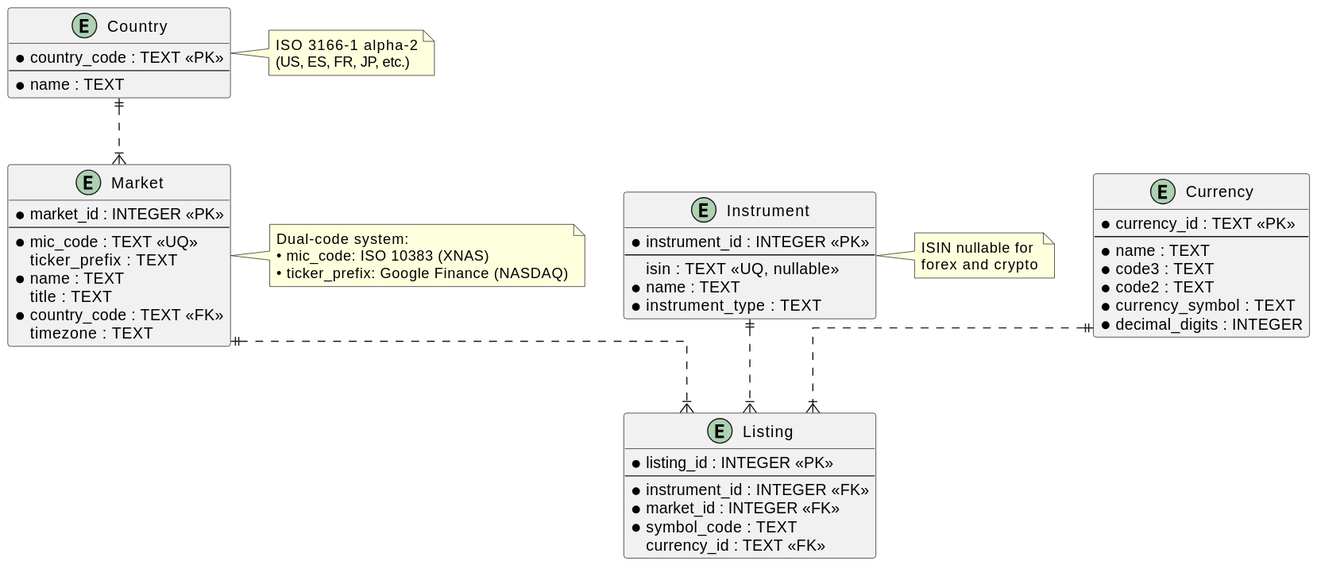
jasset75/symb0l keeps this PlantUML diagram as doc/images/data_model.svg. Above is the earlier version.
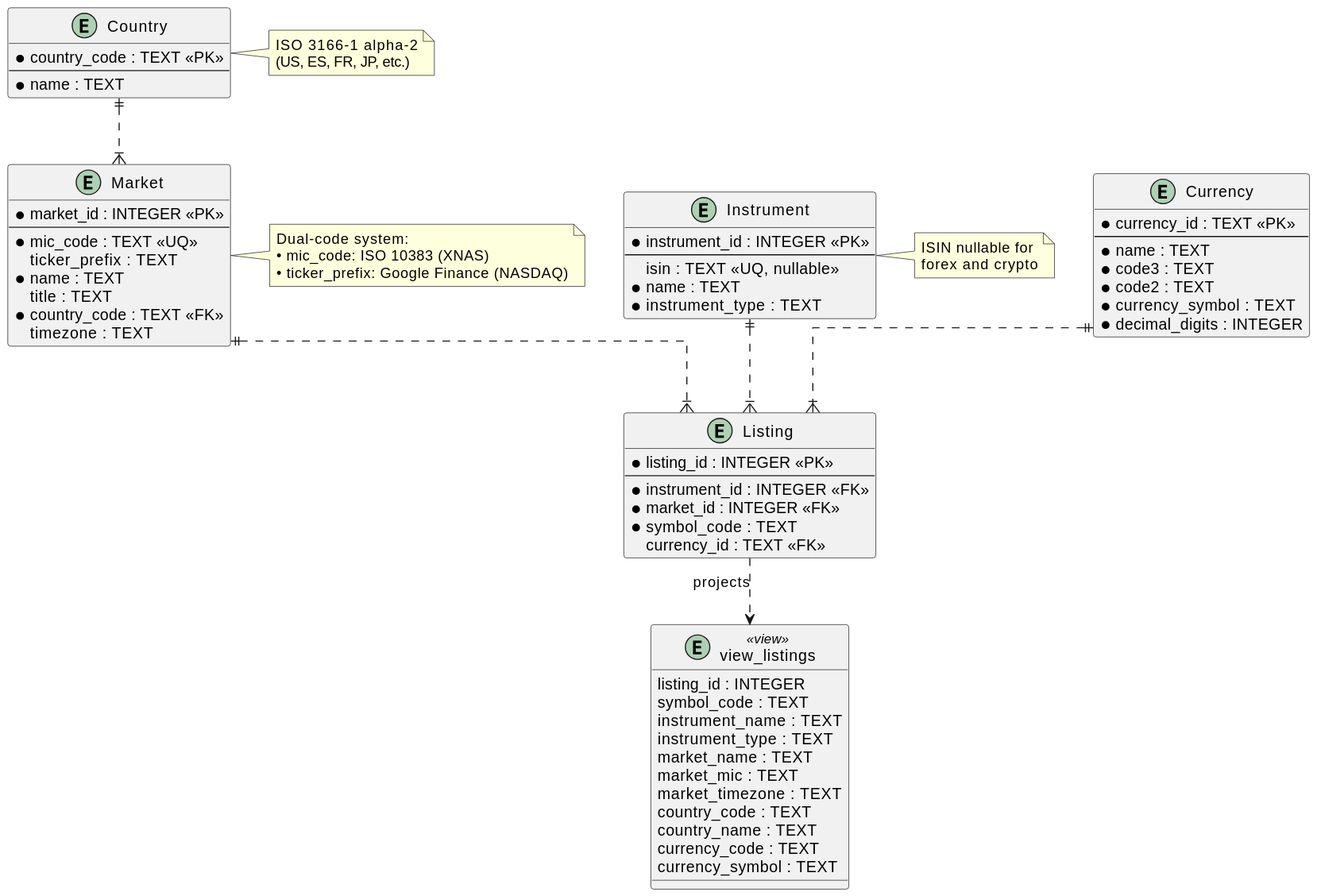
The same diagram one commit later.

Commit message:
feat: new listings view to retrieve all listings data but denormalised

What changed in the source:
```diff
@@ -45,10 +45,25 @@
   *decimal_digits : INTEGER
 }
 
+entity "view_listings" as view_listings <<view>> {
+  listing_id : INTEGER
+  symbol_code : TEXT
+  instrument_name : TEXT
+  instrument_type : TEXT
+  market_name : TEXT
+  market_mic : TEXT
+  market_timezone : TEXT
+  country_code : TEXT
+  country_name : TEXT
+  currency_code : TEXT
+  currency_symbol : TEXT
+}
+
 country ||..|{ market
 market ||..|{ listing
 instrument ||..|{ listing
 currency ||..|{ listing
+listing ..> view_listings : projects
 
 note right of country
   ISO 3166-1 alpha-2
```
